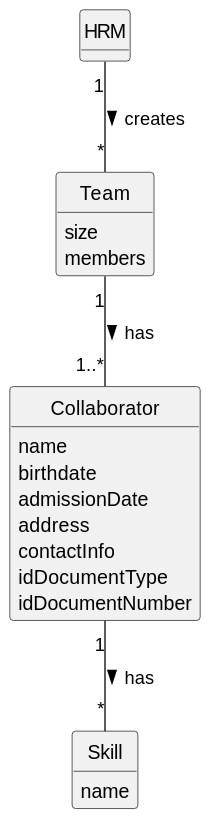
Earlier version of the PlantUML export docs/sprintB/us005/02.analysis/svg/us005-domain-model.svg (diogoveirospro/lei-24-s2-1dg-g072).
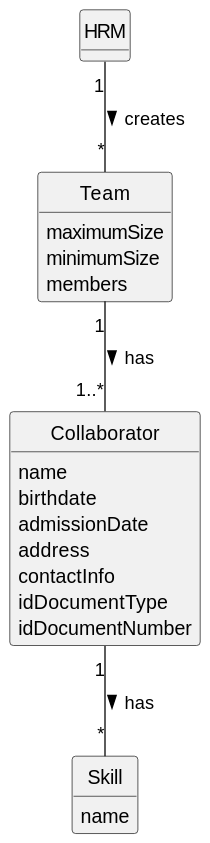
The same file after the commit.

Change to the diagram source:
```diff
@@ -15,7 +15,8 @@
  }
 
 class Team {
-    size
+    maximumSize
+    minimumSize
     members
 }
 
```
